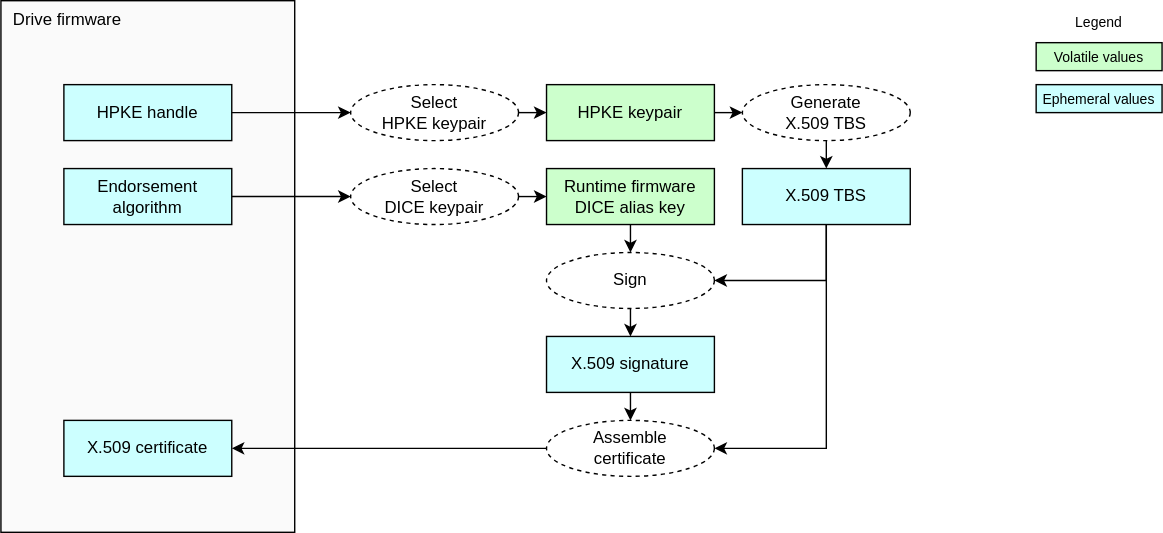
Before: doc/ocp_lock/diagrams/hpke_pub_key_endorsement.drawio.svg, a diagram exported from draw.io (chipsalliance/Caliptra). Source tidied: cells renumbered, new cells last; positions are measured from the earlier drawing's top-left corner, leaving out a move shared by most shapes.
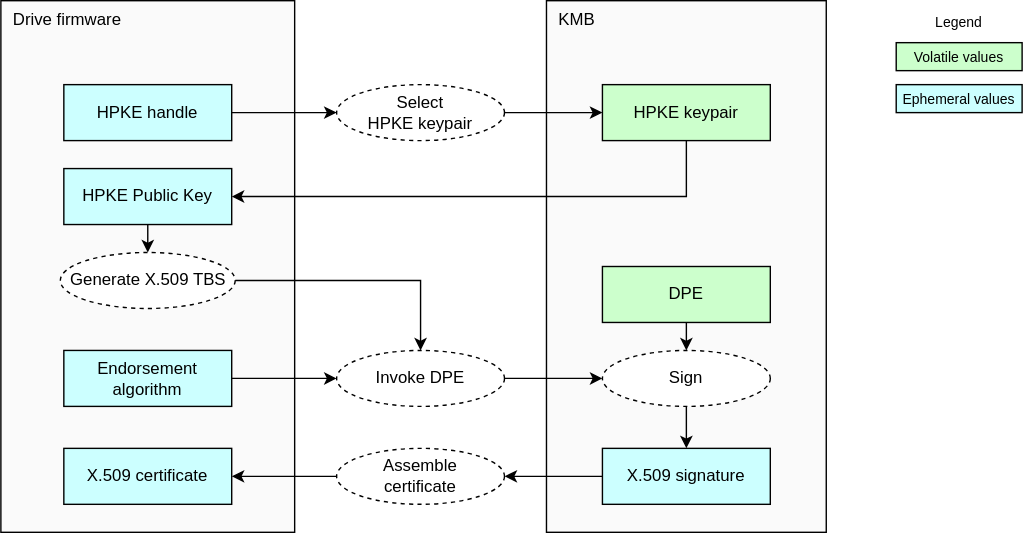
After the commit.

Commit message:
[OCP-LOCK]: Re-introduce HPKE Endorsement (#638)

* Add a modified endorsement diagram.
* Add back an hpke public key endorsement section

Change to the diagram source:
```diff
@@ -2,14 +2,17 @@
   <root>
     <mxCell id="0" />
     <mxCell id="1" parent="0" />
+    <mxCell id="30" value="KMB" style="rounded=0;whiteSpace=wrap;html=1;fillColor=#FAFAFA;strokeColor=#000000;align=left;verticalAlign=top;spacingLeft=7;" parent="1" vertex="1">
+      <mxGeometry x="390" width="200" height="380" as="geometry" />
+    </mxCell>
     <mxCell id="2" value="Drive firmware" style="rounded=0;whiteSpace=wrap;html=1;fillColor=#FAFAFA;strokeColor=#000000;align=left;verticalAlign=top;spacingLeft=7;" parent="1" vertex="1">
       <mxGeometry width="210" height="380" as="geometry" />
     </mxCell>
     <mxCell id="3" value="Legend" style="text;strokeColor=none;align=center;fillColor=none;html=1;verticalAlign=middle;whiteSpace=wrap;rounded=0;fontSize=10;" parent="1" vertex="1">
-      <mxGeometry x="755" width="60" height="30" as="geometry" />
+      <mxGeometry x="655" width="60" height="30" as="geometry" />
     </mxCell>
     <mxCell id="4" value="&lt;div&gt;&lt;font color=&quot;#000000&quot;&gt;Ephemeral values&lt;/font&gt;&lt;/div&gt;" style="rounded=0;whiteSpace=wrap;html=1;align=center;verticalAlign=middle;shadow=0;glass=0;spacingLeft=0;spacingBottom=0;spacingTop=0;fillColor=#CCFFFF;fontSize=10;" parent="1" vertex="1">
-      <mxGeometry x="740" y="60" width="90" height="20" as="geometry" />
+      <mxGeometry x="640" y="60" width="90" height="20" as="geometry" />
     </mxCell>
     <mxCell id="5" value="&lt;div&gt;&lt;font color=&quot;#000000&quot;&gt;HPKE handle&lt;/font&gt;&lt;/div&gt;" style="rounded=0;whiteSpace=wrap;html=1;align=center;verticalAlign=middle;shadow=0;glass=0;spacingLeft=0;spacingBottom=0;spacingTop=0;fillColor=#CCFFFF;" parent="1" vertex="1">
       <mxGeometry x="45" y="60" width="120" height="40" as="geometry" />
@@ -17,74 +20,71 @@
     <mxCell id="6" style="edgeStyle=none;html=1;exitX=1;exitY=0.5;exitDx=0;exitDy=0;entryX=0;entryY=0.5;entryDx=0;entryDy=0;" parent="1" edge="1" source="5" target="10">
       <mxGeometry relative="1" as="geometry" />
     </mxCell>
-    <mxCell id="7" style="edgeStyle=none;html=1;exitX=1;exitY=0.5;exitDx=0;exitDy=0;entryX=0;entryY=0.5;entryDx=0;entryDy=0;" parent="1" edge="1" source="8" target="18">
-      <mxGeometry relative="1" as="geometry" />
-    </mxCell>
+    <mxCell id="31" style="edgeStyle=orthogonalEdgeStyle;html=1;exitX=0.5;exitY=1;exitDx=0;exitDy=0;entryX=1;entryY=0.5;entryDx=0;entryDy=0;rounded=0;curved=0;" parent="1" edge="1" source="8" target="34">
+      <mxGeometry relative="1" as="geometry" />
+    </mxCell>
     <mxCell id="8" value="&lt;div&gt;&lt;font color=&quot;#000000&quot;&gt;HPKE keypair&lt;/font&gt;&lt;/div&gt;" style="rounded=0;whiteSpace=wrap;html=1;align=center;verticalAlign=middle;shadow=0;glass=0;spacingLeft=0;spacingBottom=0;spacingTop=0;fillColor=#CCFFCC;" parent="1" vertex="1">
-      <mxGeometry x="390" y="60" width="120" height="40" as="geometry" />
+      <mxGeometry x="430" y="60" width="120" height="40" as="geometry" />
     </mxCell>
     <mxCell id="9" style="edgeStyle=none;html=1;exitX=1;exitY=0.5;exitDx=0;exitDy=0;entryX=0;entryY=0.5;entryDx=0;entryDy=0;" parent="1" edge="1" source="10" target="8">
       <mxGeometry relative="1" as="geometry" />
     </mxCell>
     <mxCell id="10" value="Select&lt;div&gt;HPKE keypair&lt;/div&gt;" style="ellipse;whiteSpace=wrap;html=1;fillColor=#FFFFFF;dashed=1;" parent="1" vertex="1">
-      <mxGeometry x="250" y="60" width="120" height="40" as="geometry" />
+      <mxGeometry x="240" y="60" width="120" height="40" as="geometry" />
     </mxCell>
     <mxCell id="11" value="&lt;div&gt;&lt;font color=&quot;#000000&quot;&gt;Volatile values&lt;/font&gt;&lt;/div&gt;" style="rounded=0;whiteSpace=wrap;html=1;align=center;verticalAlign=middle;shadow=0;glass=0;spacingLeft=0;spacingBottom=0;spacingTop=0;fillColor=#CCFFCC;fontSize=10;" parent="1" vertex="1">
-      <mxGeometry x="740" y="30" width="90" height="20" as="geometry" />
+      <mxGeometry x="640" y="30" width="90" height="20" as="geometry" />
     </mxCell>
     <mxCell id="12" style="edgeStyle=none;html=1;exitX=0.5;exitY=1;exitDx=0;exitDy=0;entryX=0.5;entryY=0;entryDx=0;entryDy=0;" parent="1" edge="1" source="13" target="23">
       <mxGeometry relative="1" as="geometry" />
     </mxCell>
-    <mxCell id="13" value="&lt;div&gt;&lt;font color=&quot;#000000&quot;&gt;Runtime firmware DICE alias key&lt;/font&gt;&lt;/div&gt;" style="rounded=0;whiteSpace=wrap;html=1;align=center;verticalAlign=middle;shadow=0;glass=0;spacingLeft=0;spacingBottom=0;spacingTop=0;fillColor=#CCFFCC;" parent="1" vertex="1">
-      <mxGeometry x="390" y="120" width="120" height="40" as="geometry" />
+    <mxCell id="13" value="&lt;div&gt;&lt;font color=&quot;#000000&quot;&gt;DPE&lt;/font&gt;&lt;/div&gt;" style="rounded=0;whiteSpace=wrap;html=1;align=center;verticalAlign=middle;shadow=0;glass=0;spacingLeft=0;spacingBottom=0;spacingTop=0;fillColor=#CCFFCC;" parent="1" vertex="1">
+      <mxGeometry x="430" y="190" width="120" height="40" as="geometry" />
     </mxCell>
     <mxCell id="14" style="edgeStyle=none;html=1;exitX=0;exitY=0.5;exitDx=0;exitDy=0;entryX=1;entryY=0.5;entryDx=0;entryDy=0;" parent="1" edge="1" source="15" target="16">
       <mxGeometry relative="1" as="geometry" />
     </mxCell>
     <mxCell id="15" value="Assemble&lt;div&gt;certificate&lt;/div&gt;" style="ellipse;whiteSpace=wrap;html=1;fillColor=#FFFFFF;dashed=1;" parent="1" vertex="1">
-      <mxGeometry x="390" y="300" width="120" height="40" as="geometry" />
+      <mxGeometry x="240" y="320" width="120" height="40" as="geometry" />
     </mxCell>
     <mxCell id="16" value="&lt;div&gt;&lt;font color=&quot;#000000&quot;&gt;X.509 certificate&lt;/font&gt;&lt;/div&gt;" style="rounded=0;whiteSpace=wrap;html=1;align=center;verticalAlign=middle;shadow=0;glass=0;spacingLeft=0;spacingBottom=0;spacingTop=0;fillColor=#CCFFFF;" parent="1" vertex="1">
-      <mxGeometry x="45" y="300" width="120" height="40" as="geometry" />
+      <mxGeometry x="45" y="320" width="120" height="40" as="geometry" />
     </mxCell>
-    <mxCell id="17" style="edgeStyle=none;html=1;exitX=0.5;exitY=1;exitDx=0;exitDy=0;entryX=0.5;entryY=0;entryDx=0;entryDy=0;" parent="1" edge="1" source="18" target="21">
-      <mxGeometry relative="1" as="geometry" />
-    </mxCell>
-    <mxCell id="18" value="Generate&lt;div&gt;X.509 TBS&lt;/div&gt;" style="ellipse;whiteSpace=wrap;html=1;fillColor=#FFFFFF;dashed=1;" parent="1" vertex="1">
-      <mxGeometry x="530" y="60" width="120" height="40" as="geometry" />
-    </mxCell>
-    <mxCell id="19" style="edgeStyle=orthogonalEdgeStyle;html=1;exitX=0.5;exitY=1;exitDx=0;exitDy=0;entryX=1;entryY=0.5;entryDx=0;entryDy=0;rounded=0;" parent="1" edge="1" source="21" target="23">
-      <mxGeometry relative="1" as="geometry" />
-    </mxCell>
-    <mxCell id="20" style="edgeStyle=orthogonalEdgeStyle;html=1;exitX=0.5;exitY=1;exitDx=0;exitDy=0;entryX=1;entryY=0.5;entryDx=0;entryDy=0;rounded=0;" parent="1" edge="1" source="21" target="15">
-      <mxGeometry relative="1" as="geometry" />
-    </mxCell>
-    <mxCell id="21" value="&lt;div&gt;&lt;font color=&quot;#000000&quot;&gt;X.509 TBS&lt;/font&gt;&lt;/div&gt;" style="rounded=0;whiteSpace=wrap;html=1;align=center;verticalAlign=middle;shadow=0;glass=0;spacingLeft=0;spacingBottom=0;spacingTop=0;fillColor=#CCFFFF;" parent="1" vertex="1">
-      <mxGeometry x="530" y="120" width="120" height="40" as="geometry" />
-    </mxCell>
-    <mxCell id="22" style="edgeStyle=none;html=1;exitX=0.5;exitY=1;exitDx=0;exitDy=0;entryX=0.5;entryY=0;entryDx=0;entryDy=0;" parent="1" edge="1" source="23" target="29">
+    <mxCell id="22" style="edgeStyle=orthogonalEdgeStyle;html=1;exitX=0.5;exitY=1;exitDx=0;exitDy=0;entryX=0.5;entryY=0;entryDx=0;entryDy=0;rounded=0;curved=0;" parent="1" edge="1" source="23" target="29">
       <mxGeometry relative="1" as="geometry" />
     </mxCell>
     <mxCell id="23" value="Sign" style="ellipse;whiteSpace=wrap;html=1;fillColor=#FFFFFF;dashed=1;" parent="1" vertex="1">
-      <mxGeometry x="390" y="180" width="120" height="40" as="geometry" />
+      <mxGeometry x="430" y="250" width="120" height="40" as="geometry" />
     </mxCell>
     <mxCell id="24" style="edgeStyle=none;html=1;exitX=1;exitY=0.5;exitDx=0;exitDy=0;entryX=0;entryY=0.5;entryDx=0;entryDy=0;" parent="1" edge="1" source="25" target="27">
       <mxGeometry relative="1" as="geometry" />
     </mxCell>
     <mxCell id="25" value="&lt;div&gt;&lt;font color=&quot;#000000&quot;&gt;Endorsement algorithm&lt;/font&gt;&lt;/div&gt;" style="rounded=0;whiteSpace=wrap;html=1;align=center;verticalAlign=middle;shadow=0;glass=0;spacingLeft=0;spacingBottom=0;spacingTop=0;fillColor=#CCFFFF;" parent="1" vertex="1">
-      <mxGeometry x="45" y="120" width="120" height="40" as="geometry" />
+      <mxGeometry x="45" y="250" width="120" height="40" as="geometry" />
     </mxCell>
-    <mxCell id="26" style="edgeStyle=none;html=1;exitX=1;exitY=0.5;exitDx=0;exitDy=0;entryX=0;entryY=0.5;entryDx=0;entryDy=0;" parent="1" edge="1" source="27" target="13">
-      <mxGeometry relative="1" as="geometry" />
-    </mxCell>
+    <mxCell id="32" style="edgeStyle=none;html=1;exitX=1;exitY=0.5;exitDx=0;exitDy=0;entryX=0;entryY=0.5;entryDx=0;entryDy=0;" parent="1" edge="1" source="27" target="23">
+      <mxGeometry relative="1" as="geometry" />
+    </mxCell>
-    <mxCell id="27" value="Select&lt;div&gt;DICE keypair&lt;/div&gt;" style="ellipse;whiteSpace=wrap;html=1;fillColor=#FFFFFF;dashed=1;" parent="1" vertex="1">
-      <mxGeometry x="250" y="120" width="120" height="40" as="geometry" />
+    <mxCell id="27" value="Invoke DPE" style="ellipse;whiteSpace=wrap;html=1;fillColor=#FFFFFF;dashed=1;" parent="1" vertex="1">
+      <mxGeometry x="240" y="250" width="120" height="40" as="geometry" />
     </mxCell>
-    <mxCell id="28" style="edgeStyle=none;html=1;exitX=0.5;exitY=1;exitDx=0;exitDy=0;entryX=0.5;entryY=0;entryDx=0;entryDy=0;" parent="1" edge="1" source="29" target="15">
+    <mxCell id="28" style="edgeStyle=none;html=1;exitX=0;exitY=0.5;exitDx=0;exitDy=0;entryX=1;entryY=0.5;entryDx=0;entryDy=0;" parent="1" edge="1" source="29" target="15">
       <mxGeometry relative="1" as="geometry" />
     </mxCell>
     <mxCell id="29" value="&lt;div&gt;&lt;font color=&quot;#000000&quot;&gt;X.509 signature&lt;/font&gt;&lt;/div&gt;" style="rounded=0;whiteSpace=wrap;html=1;align=center;verticalAlign=middle;shadow=0;glass=0;spacingLeft=0;spacingBottom=0;spacingTop=0;fillColor=#CCFFFF;" parent="1" vertex="1">
-      <mxGeometry x="390" y="240" width="120" height="40" as="geometry" />
+      <mxGeometry x="430" y="320" width="120" height="40" as="geometry" />
     </mxCell>
+    <mxCell id="33" style="edgeStyle=orthogonalEdgeStyle;html=1;exitX=0.5;exitY=1;exitDx=0;exitDy=0;entryX=0.5;entryY=0;entryDx=0;entryDy=0;rounded=0;" parent="1" edge="1" source="34" target="18">
+      <mxGeometry relative="1" as="geometry" />
+    </mxCell>
+    <mxCell id="34" value="&lt;div&gt;&lt;font color=&quot;#000000&quot;&gt;HPKE Public Key&lt;/font&gt;&lt;/div&gt;" style="rounded=0;whiteSpace=wrap;html=1;align=center;verticalAlign=middle;shadow=0;glass=0;spacingLeft=0;spacingBottom=0;spacingTop=0;fillColor=#CCFFFF;" parent="1" vertex="1">
+      <mxGeometry x="45" y="120" width="120" height="40" as="geometry" />
+    </mxCell>
+    <mxCell id="35" style="edgeStyle=orthogonalEdgeStyle;html=1;exitX=1;exitY=0.5;exitDx=0;exitDy=0;entryX=0.5;entryY=0;entryDx=0;entryDy=0;rounded=0;" parent="1" edge="1" source="18" target="27">
+      <mxGeometry relative="1" as="geometry" />
+    </mxCell>
+    <mxCell id="18" value="Generate X.509 TBS" style="ellipse;whiteSpace=wrap;html=1;fillColor=#FFFFFF;dashed=1;" parent="1" vertex="1">
+      <mxGeometry x="42.5" y="180" width="125" height="40" as="geometry" />
+    </mxCell>
   </root>
 </mxGraphModel>
```
